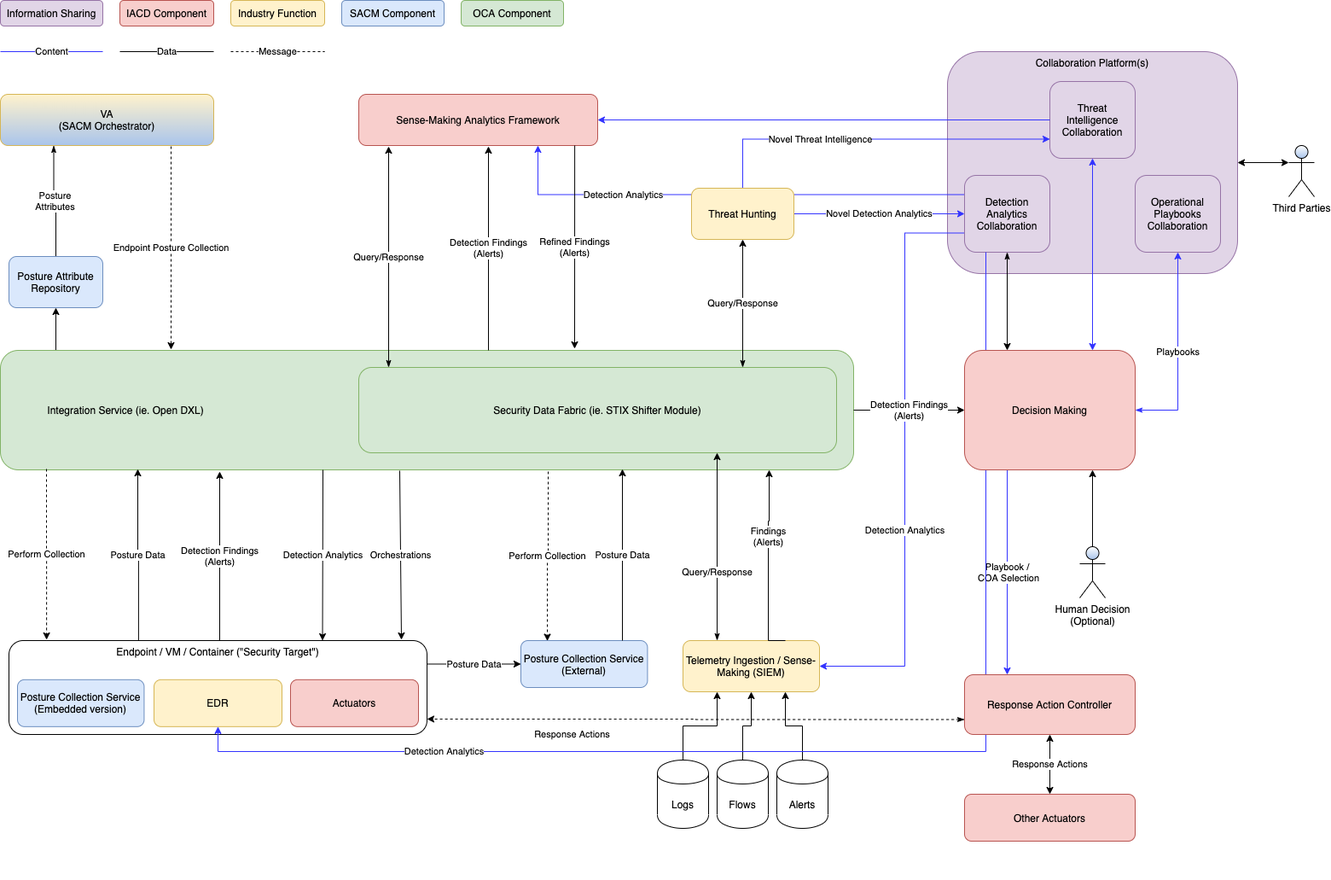
Before: SACM_OCA_IACD.png, a diagram exported from draw.io (opencybersecurityalliance/documentation). Source tidied: cells renumbered, new cells last; positions are measured from the earlier drawing's top-left corner, leaving out a move shared by most shapes.
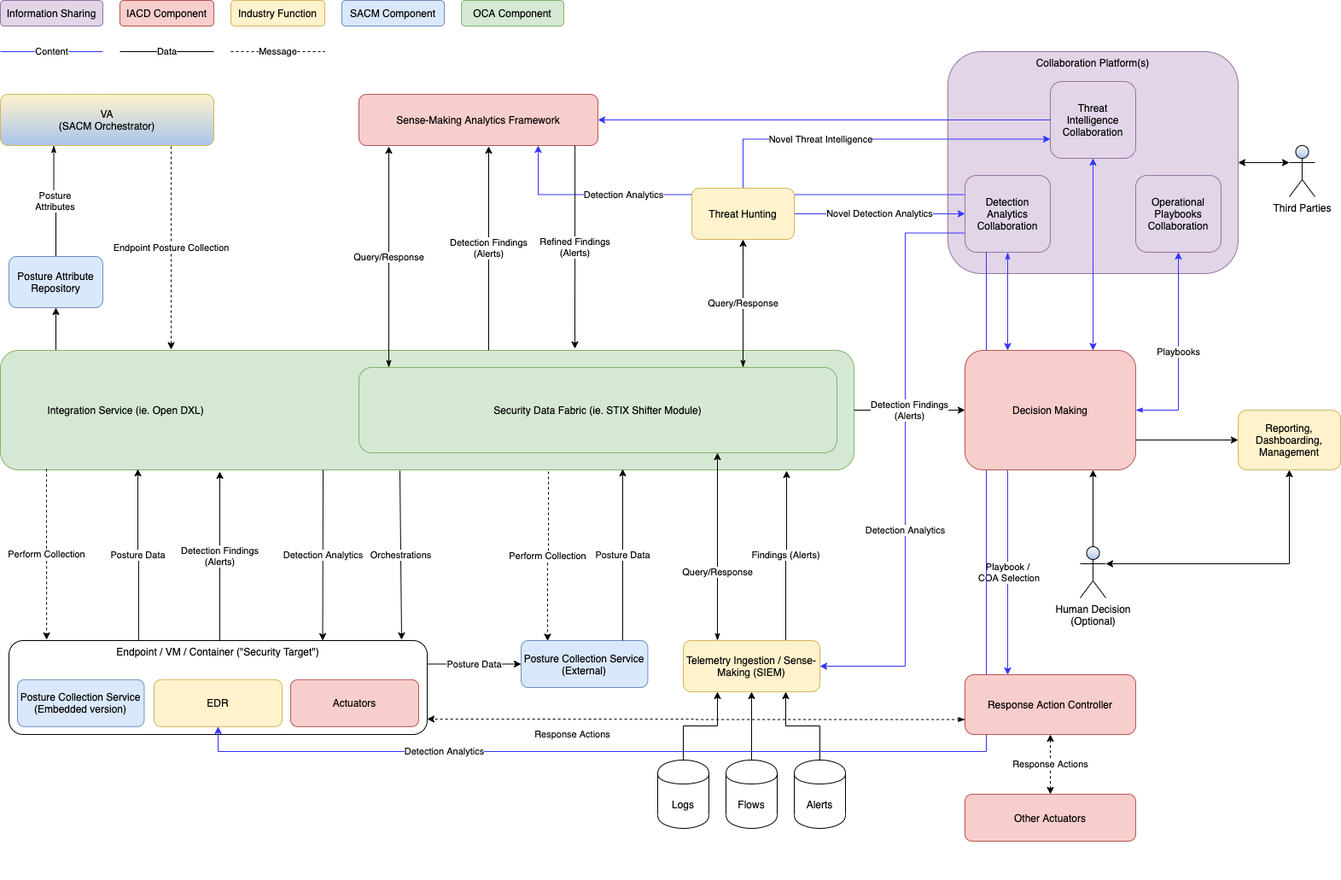
After the commit.

What changed in the source:
```diff
@@ -143,13 +143,13 @@
     <mxCell id="38" style="endArrow=classic;html=1;entryX=0.75;entryY=0;entryDx=0;entryDy=0;exitX=0.5;exitY=1;exitDx=0;exitDy=0;strokeColor=#3333FF;startArrow=classic;startFill=1;" parent="1" edge="1" source="10" target="64">
       <mxGeometry relative="1" as="geometry" />
     </mxCell>
-    <mxCell id="39" style="endArrow=classic;html=1;entryX=0.25;entryY=0;entryDx=0;entryDy=0;exitX=0.5;exitY=1;exitDx=0;exitDy=0;startArrow=classicThin;startFill=1;" parent="1" edge="1" source="28" target="64">
+    <mxCell id="39" style="endArrow=classic;html=1;entryX=0.25;entryY=0;entryDx=0;entryDy=0;exitX=0.5;exitY=1;exitDx=0;exitDy=0;startArrow=classicThin;startFill=1;strokeColor=#3333FF;" parent="1" edge="1" source="28" target="64">
       <mxGeometry relative="1" as="geometry" />
     </mxCell>
     <mxCell id="40" value="Other Actuators" style="rounded=1;whiteSpace=wrap;html=1;fillColor=#f8cecc;strokeColor=#b85450;" parent="1" vertex="1">
       <mxGeometry x="1130" y="930" width="200" height="55" as="geometry" />
     </mxCell>
-    <mxCell id="41" value="Response Actions" style="endArrow=classic;startArrow=classic;html=1;entryX=0.5;entryY=1;entryDx=0;entryDy=0;exitX=0.5;exitY=0;exitDx=0;exitDy=0;" parent="1" edge="1" source="40" target="65">
+    <mxCell id="41" value="Response Actions" style="endArrow=classic;startArrow=classic;html=1;entryX=0.5;entryY=1;entryDx=0;entryDy=0;exitX=0.5;exitY=0;exitDx=0;exitDy=0;dashed=1;" parent="1" edge="1" source="40" target="65">
       <mxGeometry relative="1" as="geometry" />
     </mxCell>
     <mxCell id="42" value="Playbook /&lt;br&gt;&amp;nbsp;COA Selection" style="endArrow=classic;html=1;entryX=0.25;entryY=0;entryDx=0;entryDy=0;exitX=0.25;exitY=1;exitDx=0;exitDy=0;strokeColor=#3333FF;" parent="1" edge="1" source="64" target="65">
@@ -158,6 +158,9 @@
     <mxCell id="43" value="Operational&lt;br&gt;Playbooks&lt;br&gt;Collaboration" style="rounded=1;whiteSpace=wrap;html=1;fillColor=#e1d5e7;strokeColor=#9673a6;" parent="1" vertex="1">
       <mxGeometry x="1330" y="205" width="100" height="90" as="geometry" />
     </mxCell>
+    <mxCell id="53" value="Findings (Alerts)" style="edgeStyle=orthogonalEdgeStyle;rounded=0;jettySize=auto;html=1;exitX=0.75;exitY=0;exitDx=0;exitDy=0;entryX=0.921;entryY=1.007;entryDx=0;entryDy=0;entryPerimeter=0;strokeColor=#000000;" parent="1" edge="1" source="44" target="7">
+      <mxGeometry relative="1" as="geometry" />
+    </mxCell>
     <mxCell id="44" value="Telemetry Ingestion / Sense-Making (SIEM)" style="rounded=1;whiteSpace=wrap;html=1;fillColor=#fff2cc;strokeColor=#d6b656;" parent="1" vertex="1">
       <mxGeometry x="800" y="750" width="160" height="60" as="geometry" />
     </mxCell>
@@ -177,23 +180,14 @@
       <mxGeometry relative="1" as="geometry" />
     </mxCell>
     <mxCell id="50" value="Flows" style="shape=cylinder;whiteSpace=wrap;html=1;boundedLbl=1;backgroundOutline=1;align=center;" parent="1" vertex="1">
-      <mxGeometry x="840" y="890" width="60" height="80" as="geometry" />
+      <mxGeometry x="850" y="890" width="60" height="80" as="geometry" />
     </mxCell>
     <mxCell id="51" style="edgeStyle=orthogonalEdgeStyle;rounded=0;jettySize=auto;html=1;exitX=0.5;exitY=0;exitDx=0;exitDy=0;entryX=0.75;entryY=1;entryDx=0;entryDy=0;startArrow=none;startFill=0;" parent="1" edge="1" source="52" target="44">
       <mxGeometry relative="1" as="geometry" />
     </mxCell>
     <mxCell id="52" value="Alerts" style="shape=cylinder;whiteSpace=wrap;html=1;boundedLbl=1;backgroundOutline=1;align=center;" parent="1" vertex="1">
-      <mxGeometry x="910" y="890" width="60" height="80" as="geometry" />
+      <mxGeometry x="930" y="890" width="60" height="80" as="geometry" />
     </mxCell>
-    <mxCell id="53" value="Findings&lt;br&gt;(Alerts)" style="edgeStyle=orthogonalEdgeStyle;rounded=0;jettySize=auto;html=1;startArrow=none;startFill=0;exitX=0.75;exitY=0;exitDx=0;exitDy=0;" parent="1" edge="1" source="44">
-      <mxGeometry x="0.28" relative="1" as="geometry">
-        <mxPoint x="901" y="550" as="targetPoint" />
-        <Array as="points">
-          <mxPoint x="900" y="610" />
-          <mxPoint x="901" y="610" />
-        </Array>
-      </mxGeometry>
-    </mxCell>
     <mxCell id="54" value="Information Sharing" style="rounded=1;whiteSpace=wrap;html=1;align=center;fillColor=#e1d5e7;strokeColor=#9673a6;" parent="1" vertex="1">
       <mxGeometry width="120" height="30" as="geometry" />
     </mxCell>
@@ -212,6 +206,9 @@
     <mxCell id="59" style="edgeStyle=orthogonalEdgeStyle;rounded=0;jettySize=auto;html=1;exitX=0.5;exitY=0;exitDx=0;exitDy=0;exitPerimeter=0;entryX=0.75;entryY=1;entryDx=0;entryDy=0;startArrow=none;startFill=0;" parent="1" edge="1" source="60" target="64">
       <mxGeometry relative="1" as="geometry" />
     </mxCell>
+    <mxCell id="71" style="edgeStyle=orthogonalEdgeStyle;rounded=0;jettySize=auto;html=1;exitX=1;exitY=0.3333333333333333;exitDx=0;exitDy=0;exitPerimeter=0;entryX=0.5;entryY=1;entryDx=0;entryDy=0;strokeColor=#000000;startArrow=classic;startFill=1;" parent="1" edge="1" source="60" target="73">
+      <mxGeometry relative="1" as="geometry" />
+    </mxCell>
     <mxCell id="60" value="Human Decision&lt;br&gt;(Optional)" style="shape=umlActor;verticalLabelPosition=bottom;labelBackgroundColor=#ffffff;verticalAlign=top;html=1;outlineConnect=0;gradientColor=#A9C4EB;align=center;" parent="1" vertex="1">
       <mxGeometry x="1265" y="640" width="30" height="60" as="geometry" />
     </mxCell>
@@ -229,6 +226,9 @@
         </Array>
       </mxGeometry>
     </mxCell>
+    <mxCell id="72" style="edgeStyle=orthogonalEdgeStyle;rounded=0;jettySize=auto;html=1;exitX=1;exitY=0.75;exitDx=0;exitDy=0;entryX=0;entryY=0.5;entryDx=0;entryDy=0;strokeColor=#000000;" parent="1" edge="1" source="64" target="73">
+      <mxGeometry relative="1" as="geometry" />
+    </mxCell>
     <mxCell id="64" value="Decision Making" style="rounded=1;whiteSpace=wrap;html=1;fillColor=#f8cecc;strokeColor=#b85450;" parent="1" vertex="1">
       <mxGeometry x="1130" y="410" width="200" height="140" as="geometry" />
     </mxCell>
@@ -259,5 +259,8 @@
         <mxPoint x="380" y="60" as="targetPoint" />
       </mxGeometry>
     </mxCell>
+    <mxCell id="73" value="Reporting, Dashboarding, Management" style="rounded=1;whiteSpace=wrap;html=1;fillColor=#fff2cc;strokeColor=#d6b656;" parent="1" vertex="1">
+      <mxGeometry x="1450" y="480" width="120" height="70" as="geometry" />
+    </mxCell>
   </root>
 </mxGraphModel>
```
